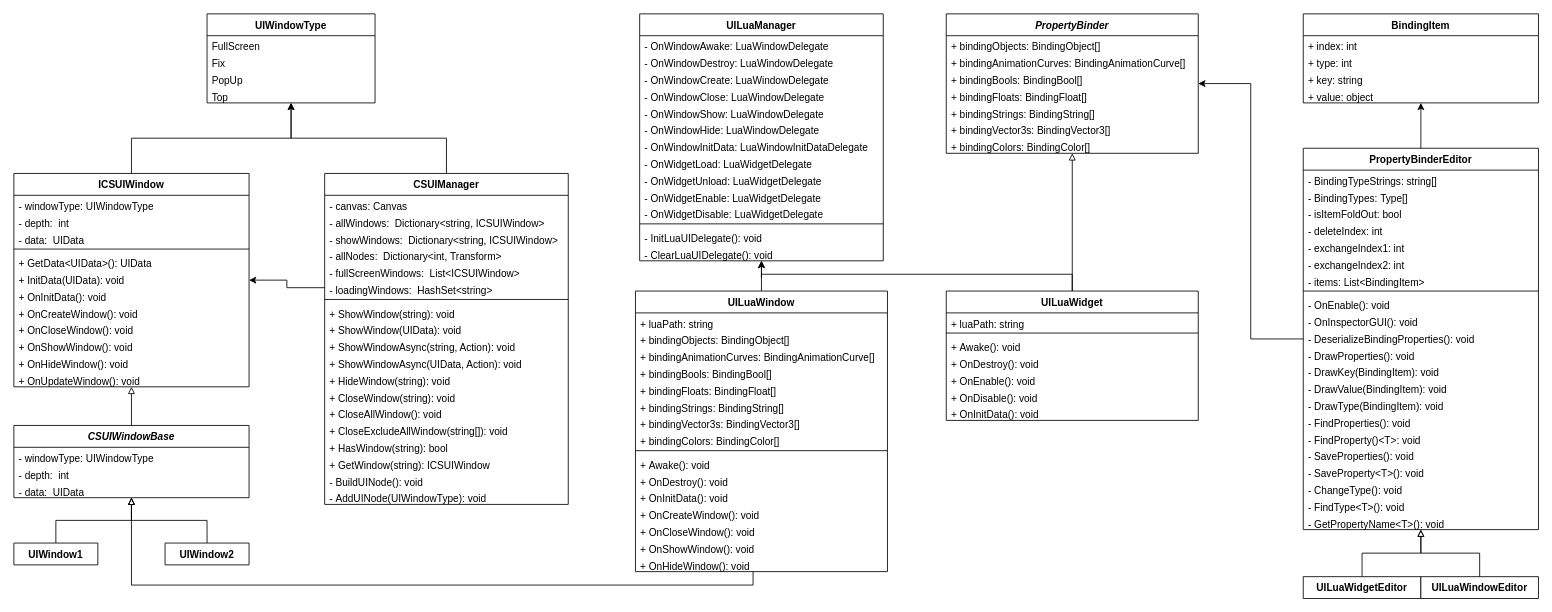
Above: page "UIManager-1" (6 of 7) of MiniFramework.drawio in cetejs/UML (draw.io), before the change. Source tidied: cells renumbered, new cells numbered last; positions are measured from the earlier drawing's top-left corner, leaving out a move shared by most shapes. Both pictures are drawn from the tidied source at 84%, with x=0, y=0 at pixel (13, 13).
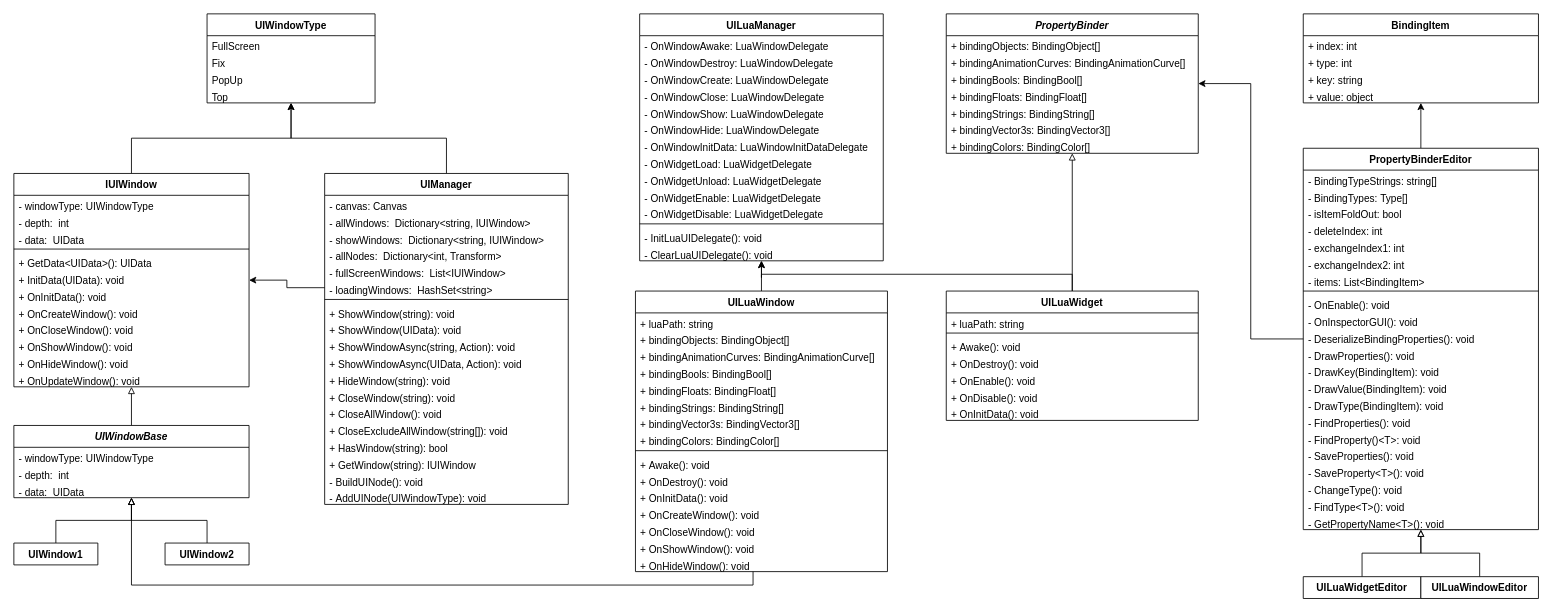
Above is the later version.

Change to the diagram source:
```diff
@@
-    <mxCell id="3" value="ICSUIWindow" style="swimlane;fontStyle=1;align=center;verticalAlign=top;horizontal=1;startSize=26;" parent="1" vertex="1">
+    <mxCell id="3" value="IUIWindow" style="swimlane;fontStyle=1;align=center;verticalAlign=top;horizontal=1;startSize=26;" parent="1" vertex="1">
       <mxGeometry y="190" width="280" height="254" as="geometry" />
     </mxCell>
@@
-    <mxCell id="17" value="CSUIWindowBase" style="swimlane;fontStyle=3;align=center;verticalAlign=top;horizontal=1;startSize=26;" parent="1" vertex="1">
+    <mxCell id="17" value="UIWindowBase" style="swimlane;fontStyle=3;align=center;verticalAlign=top;horizontal=1;startSize=26;" parent="1" vertex="1">
       <mxGeometry y="490" width="280" height="86" as="geometry" />
     </mxCell>
@@
-    <mxCell id="25" value="CSUIManager" style="swimlane;fontStyle=1;align=center;verticalAlign=top;horizontal=1;startSize=26;" parent="1" vertex="1">
+    <mxCell id="25" value="UIManager" style="swimlane;fontStyle=1;align=center;verticalAlign=top;horizontal=1;startSize=26;" parent="1" vertex="1">
       <mxGeometry x="370" y="190" width="290" height="394" as="geometry" />
     </mxCell>
@@
-    <mxCell id="27" value="- allWindows:  Dictionary&lt;string, ICSUIWindow&gt;" style="text;strokeColor=none;fillColor=none;align=left;verticalAlign=top;spacingLeft=4;spacingRight=4;overflow=hidden;" parent="25" vertex="1">
+    <mxCell id="27" value="- allWindows:  Dictionary&lt;string, IUIWindow&gt;" style="text;strokeColor=none;fillColor=none;align=left;verticalAlign=top;spacingLeft=4;spacingRight=4;overflow=hidden;" parent="25" vertex="1">
       <mxGeometry y="46" width="290" height="20" as="geometry" />
     </mxCell>
-    <mxCell id="28" value="- showWindows:  Dictionary&lt;string, ICSUIWindow&gt;" style="text;strokeColor=none;fillColor=none;align=left;verticalAlign=top;spacingLeft=4;spacingRight=4;overflow=hidden;" parent="25" vertex="1">
+    <mxCell id="28" value="- showWindows:  Dictionary&lt;string, IUIWindow&gt;" style="text;strokeColor=none;fillColor=none;align=left;verticalAlign=top;spacingLeft=4;spacingRight=4;overflow=hidden;" parent="25" vertex="1">
       <mxGeometry y="66" width="290" height="20" as="geometry" />
     </mxCell>
@@
-    <mxCell id="30" value="- fullScreenWindows:  List&lt;ICSUIWindow&gt;" style="text;strokeColor=none;fillColor=none;align=left;verticalAlign=top;spacingLeft=4;spacingRight=4;overflow=hidden;" parent="25" vertex="1">
+    <mxCell id="30" value="- fullScreenWindows:  List&lt;IUIWindow&gt;" style="text;strokeColor=none;fillColor=none;align=left;verticalAlign=top;spacingLeft=4;spacingRight=4;overflow=hidden;" parent="25" vertex="1">
       <mxGeometry y="106" width="290" height="20" as="geometry" />
     </mxCell>
@@
-    <mxCell id="42" value="+ GetWindow(string): ICSUIWindow" style="text;strokeColor=none;fillColor=none;align=left;verticalAlign=top;spacingLeft=4;spacingRight=4;overflow=hidden;" parent="25" vertex="1">
+    <mxCell id="42" value="+ GetWindow(string): IUIWindow" style="text;strokeColor=none;fillColor=none;align=left;verticalAlign=top;spacingLeft=4;spacingRight=4;overflow=hidden;" parent="25" vertex="1">
       <mxGeometry y="334" width="290" height="20" as="geometry" />
     </mxCell>
```
